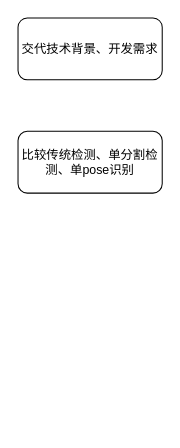
The draw.io diagram 角点检测算法介绍流程.drawio in BobSnow720/for_drawio, before the edit. Source tidied: cells renumbered, new cells numbered last; positions are measured from the earlier drawing's top-left corner, leaving out a move shared by most shapes. Both pictures are drawn from the tidied source at 103%, with x=0, y=0 at pixel (18, 18).
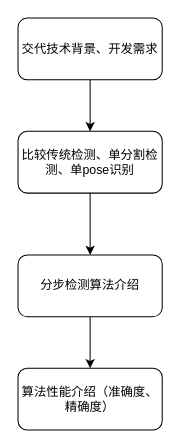
The same diagram, later.

Commit message:
更新角点检测算法介绍流程.drawio

Change to the diagram source:
```diff
@@
 <mxGraphModel>
   <root>
     <mxCell id="0" />
     <mxCell id="1" parent="0" />
+    <mxCell id="4" style="edgeStyle=orthogonalEdgeStyle;rounded=0;jettySize=auto;html=1;exitX=0.5;exitY=1;exitDx=0;exitDy=0;entryX=0.5;entryY=0;entryDx=0;entryDy=0;" parent="1" edge="1" source="2" target="3">
+      <mxGeometry relative="1" as="geometry" />
+    </mxCell>
     <mxCell id="2" value="交代技术背景、开发需求" style="rounded=1;whiteSpace=wrap;html=1;" parent="1" vertex="1">
       <mxGeometry width="140" height="60" as="geometry" />
     </mxCell>
+    <mxCell id="5" style="edgeStyle=orthogonalEdgeStyle;rounded=0;jettySize=auto;html=1;exitX=0.5;exitY=1;exitDx=0;exitDy=0;" parent="1" edge="1" source="3" target="7">
+      <mxGeometry relative="1" as="geometry" />
+    </mxCell>
     <mxCell id="3" value="比较传统检测、单分割检测、单pose识别" style="rounded=1;whiteSpace=wrap;html=1;" parent="1" vertex="1">
       <mxGeometry y="110" width="140" height="60" as="geometry" />
     </mxCell>
+    <mxCell id="6" style="edgeStyle=orthogonalEdgeStyle;rounded=0;jettySize=auto;html=1;exitX=0.5;exitY=1;exitDx=0;exitDy=0;entryX=0.5;entryY=0;entryDx=0;entryDy=0;" parent="1" edge="1" source="7" target="8">
+      <mxGeometry relative="1" as="geometry" />
+    </mxCell>
+    <mxCell id="7" value="分步检测算法介绍" style="rounded=1;whiteSpace=wrap;html=1;" parent="1" vertex="1">
+      <mxGeometry y="230" width="140" height="60" as="geometry" />
+    </mxCell>
+    <mxCell id="8" value="算法性能介绍（准确度、精确度）" style="rounded=1;whiteSpace=wrap;html=1;" parent="1" vertex="1">
+      <mxGeometry y="340" width="140" height="60" as="geometry" />
+    </mxCell>
   </root>
 </mxGraphModel>
```
